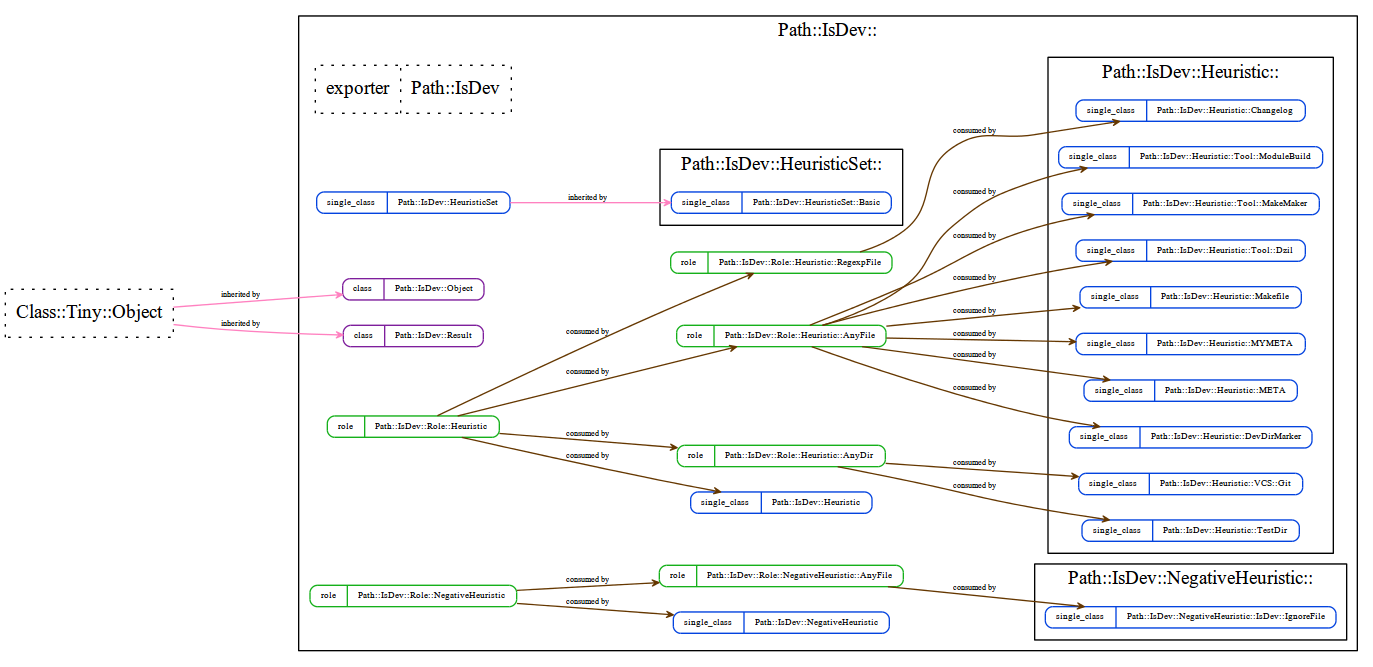
Earlier version of the Graphviz export layout/self_structure.png (kentnl/Path-IsDev). Its source is kept beside it as layout/self_structure.dot.
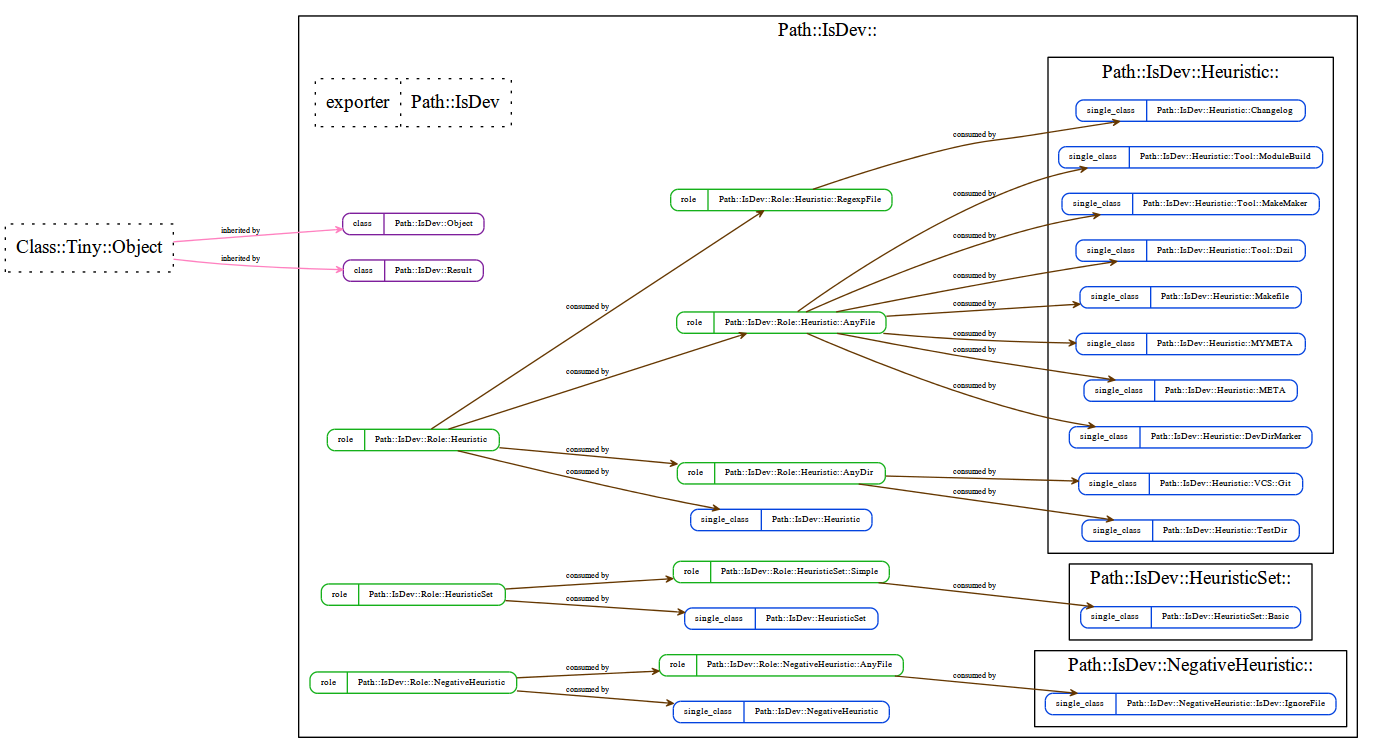
Above is the later version.

What changed in the source:
```diff
@@ -36,9 +36,12 @@
 		"Path::IsDev::Role::Heuristic::AnyDir" [label="{{<port1> role}|<port2> Path::IsDev::Role::Heuristic::AnyDir}", shape=Mrecord, style=solid, color="#15b01a", fontsize=7, height="0.1"];
 		"Path::IsDev::Role::Heuristic::AnyFile" [label="{{<port1> role}|<port2> Path::IsDev::Role::Heuristic::AnyFile}", shape=Mrecord, style=solid, color="#15b01a", fontsize=7, height="0.1"];
 		"Path::IsDev::Role::Heuristic::RegexpFile" [label="{{<port1> role}|<port2> Path::IsDev::Role::Heuristic::RegexpFile}", shape=Mrecord, style=solid, color="#15b01a", fontsize=7, height="0.1"];
+		"Path::IsDev::Role::HeuristicSet" [label="{{<port1> role}|<port2> Path::IsDev::Role::HeuristicSet}", shape=Mrecord, style=solid, color="#15b01a", fontsize=7, height="0.1"];
+		"Path::IsDev::Role::HeuristicSet::Simple" [label="{{<port1> role}|<port2> Path::IsDev::Role::HeuristicSet::Simple}", shape=Mrecord, style=solid, color="#15b01a", fontsize=7, height="0.1"];
 		"Path::IsDev::Role::NegativeHeuristic" [label="{{<port1> role}|<port2> Path::IsDev::Role::NegativeHeuristic}", shape=Mrecord, style=solid, color="#15b01a", fontsize=7, height="0.1"];
 		"Path::IsDev::Role::NegativeHeuristic::AnyFile" [label="{{<port1> role}|<port2> Path::IsDev::Role::NegativeHeuristic::AnyFile}", shape=Mrecord, style=solid, color="#15b01a", fontsize=7, height="0.1"];
 		"Path::IsDev::Role::Heuristic" -> "Path::IsDev::Heuristic" [arrowhead=open, arrowsize="0.5", color="#653700", dir=forward, fontsize=6, headclip=1, label="consumed by", samehead=head, tailclip=1, weight=5];
+		"Path::IsDev::Role::HeuristicSet" -> "Path::IsDev::HeuristicSet" [arrowhead=open, arrowsize="0.5", color="#653700", dir=forward, fontsize=6, headclip=1, label="consumed by", samehead=head, tailclip=1, weight=5];
 		"Path::IsDev::Role::NegativeHeuristic" -> "Path::IsDev::NegativeHeuristic" [arrowhead=open, arrowsize="0.5", color="#653700", dir=forward, fontsize=6, headclip=1, label="consumed by", samehead=head, tailclip=1, weight=5];
 		"Path::IsDev::Role::Heuristic::RegexpFile" -> "Path::IsDev::Heuristic::Changelog" [arrowhead=open, arrowsize="0.5", color="#653700", dir=forward, fontsize=6, headclip=1, label="consumed by", samehead=head, tailclip=1, weight=5];
 		"Path::IsDev::Role::Heuristic::AnyFile" -> "Path::IsDev::Heuristic::DevDirMarker" [arrowhead=open, arrowsize="0.5", color="#653700", dir=forward, fontsize=6, headclip=1, label="consumed by", samehead=head, tailclip=1, weight=5];
@@ -46,7 +49,7 @@
 		"Path::IsDev::Role::Heuristic::AnyFile" -> "Path::IsDev::Heuristic::MYMETA" [arrowhead=open, arrowsize="0.5", color="#653700", dir=forward, fontsize=6, headclip=1, label="consumed by", samehead=head, tailclip=1, weight=5];
 		"Path::IsDev::Role::Heuristic::AnyFile" -> "Path::IsDev::Heuristic::Makefile" [arrowhead=open, arrowsize="0.5", color="#653700", dir=forward, fontsize=6, headclip=1, label="consumed by", samehead=head, tailclip=1, weight=5];
 		"Path::IsDev::Role::Heuristic::AnyDir" -> "Path::IsDev::Heuristic::TestDir" [arrowhead=open, arrowsize="0.5", color="#653700", dir=forward, fontsize=6, headclip=1, label="consumed by", samehead=head, tailclip=1, weight=5];
-		"Path::IsDev::HeuristicSet" -> "Path::IsDev::HeuristicSet::Basic" [arrowhead=open, arrowsize="0.5", color="#ff81c0", dir=forward, fontsize=6, headclip=1, label="inherited by", samehead=head, tailclip=1, weight=10];
+		"Path::IsDev::Role::HeuristicSet::Simple" -> "Path::IsDev::HeuristicSet::Basic" [arrowhead=open, arrowsize="0.5", color="#653700", dir=forward, fontsize=6, headclip=1, label="consumed by", samehead=head, tailclip=1, weight=5];
 		"Path::IsDev::Role::Heuristic::AnyFile" -> "Path::IsDev::Heuristic::Tool::Dzil" [arrowhead=open, arrowsize="0.5", color="#653700", dir=forward, fontsize=6, headclip=1, label="consumed by", samehead=head, tailclip=1, weight=5];
 		"Path::IsDev::Role::Heuristic::AnyFile" -> "Path::IsDev::Heuristic::Tool::MakeMaker" [arrowhead=open, arrowsize="0.5", color="#653700", dir=forward, fontsize=6, headclip=1, label="consumed by", samehead=head, tailclip=1, weight=5];
 		"Path::IsDev::Role::Heuristic::AnyFile" -> "Path::IsDev::Heuristic::Tool::ModuleBuild" [arrowhead=open, arrowsize="0.5", color="#653700", dir=forward, fontsize=6, headclip=1, label="consumed by", samehead=head, tailclip=1, weight=5];
@@ -55,6 +58,7 @@
 		"Path::IsDev::Role::Heuristic" -> "Path::IsDev::Role::Heuristic::AnyDir" [arrowhead=open, arrowsize="0.5", color="#653700", dir=forward, fontsize=6, headclip=1, label="consumed by", samehead=head, tailclip=1, weight=5];
 		"Path::IsDev::Role::Heuristic" -> "Path::IsDev::Role::Heuristic::AnyFile" [arrowhead=open, arrowsize="0.5", color="#653700", dir=forward, fontsize=6, headclip=1, label="consumed by", samehead=head, tailclip=1, weight=5];
 		"Path::IsDev::Role::Heuristic" -> "Path::IsDev::Role::Heuristic::RegexpFile" [arrowhead=open, arrowsize="0.5", color="#653700", dir=forward, fontsize=6, headclip=1, label="consumed by", samehead=head, tailclip=1, weight=5];
+		"Path::IsDev::Role::HeuristicSet" -> "Path::IsDev::Role::HeuristicSet::Simple" [arrowhead=open, arrowsize="0.5", color="#653700", dir=forward, fontsize=6, headclip=1, label="consumed by", samehead=head, tailclip=1, weight=5];
 		"Path::IsDev::Role::NegativeHeuristic" -> "Path::IsDev::Role::NegativeHeuristic::AnyFile" [arrowhead=open, arrowsize="0.5", color="#653700", dir=forward, fontsize=6, headclip=1, label="consumed by", samehead=head, tailclip=1, weight=5];
 	}
 	"Class::Tiny::Object" [label="<port1> Class::Tiny::Object"];
```
